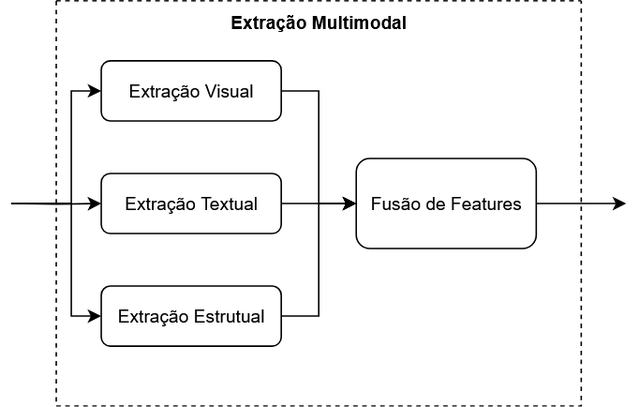
Earlier version of the draw.io export relatorio/images/FluxoExtracao.png (mr-samvel/academic-forgery-detection). Source tidied: cells renumbered, new cells last; positions are measured from the earlier drawing's top-left corner, leaving out a move shared by most shapes.
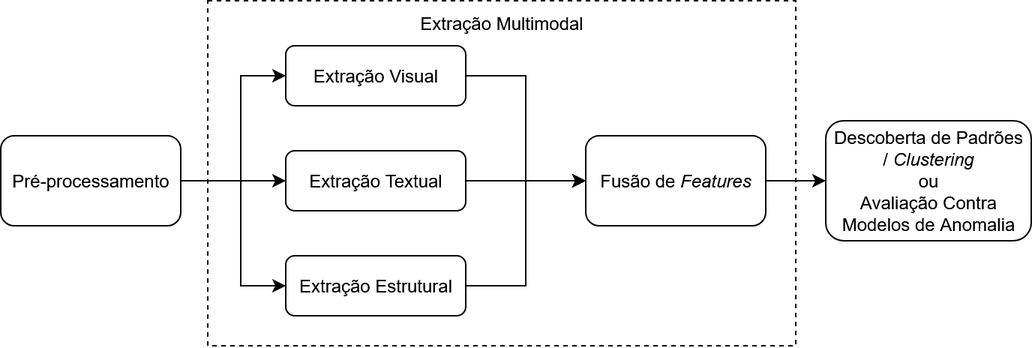
The same file after the commit.

What changed in the source:
```diff
@@ -2,71 +2,60 @@
   <root>
     <mxCell id="0" />
     <mxCell id="1" parent="0" />
-    <mxCell id="2" style="edgeStyle=orthogonalEdgeStyle;rounded=0;jettySize=auto;html=1;" parent="1" edge="1" source="x">
-      <mxGeometry relative="1" as="geometry">
-        <mxPoint x="440" y="110" as="targetPoint" />
-      </mxGeometry>
-    </mxCell>
-    <mxCell id="3" style="edgeStyle=orthogonalEdgeStyle;rounded=0;jettySize=auto;html=1;" parent="1" edge="1" source="x">
-      <mxGeometry relative="1" as="geometry">
-        <mxPoint x="500" y="200" as="targetPoint" />
-      </mxGeometry>
-    </mxCell>
-    <mxCell id="4" value="&#10;&#10;Extração Multimodal" style="swimlane;startSize=0;dashed=1;" parent="1" vertex="1">
-      <mxGeometry x="30" width="350" height="270" as="geometry" />
-    </mxCell>
+    <mxCell id="16" style="rounded=0;whiteSpace=wrap;html=1;fillColor=none;dashed=1;" parent="1" vertex="1">
+      <mxGeometry x="-91" width="392" height="230" as="geometry" />
+    </mxCell>
-    <mxCell id="5" style="edgeStyle=orthogonalEdgeStyle;rounded=0;jettySize=auto;html=1;entryX=0;entryY=0.5;entryDx=0;entryDy=0;" parent="4" edge="1" source="6" target="12">
+    <mxCell id="5" style="edgeStyle=orthogonalEdgeStyle;rounded=0;jettySize=auto;html=1;entryX=0;entryY=0.5;entryDx=0;entryDy=0;" parent="1" edge="1" source="6" target="12">
       <mxGeometry relative="1" as="geometry" />
     </mxCell>
-    <mxCell id="6" value="Extração Visual" style="rounded=1;whiteSpace=wrap;html=1;" parent="4" vertex="1">
-      <mxGeometry x="30" y="40" width="120" height="40" as="geometry" />
+    <mxCell id="6" value="&lt;div&gt;Extração Visual&lt;/div&gt;" style="rounded=1;whiteSpace=wrap;html=1;" parent="1" vertex="1">
+      <mxGeometry x="-39" y="30" width="120" height="40" as="geometry" />
     </mxCell>
-    <mxCell id="7" style="edgeStyle=orthogonalEdgeStyle;rounded=0;jettySize=auto;html=1;" parent="4" edge="1" source="8" target="12">
+    <mxCell id="7" style="edgeStyle=orthogonalEdgeStyle;rounded=0;jettySize=auto;html=1;entryX=0;entryY=0.5;entryDx=0;entryDy=0;" parent="1" edge="1" source="8" target="12">
       <mxGeometry relative="1" as="geometry" />
     </mxCell>
-    <mxCell id="8" value="Extração Textual" style="rounded=1;whiteSpace=wrap;html=1;" parent="4" vertex="1">
-      <mxGeometry x="30" y="115" width="120" height="40" as="geometry" />
+    <mxCell id="8" value="&lt;div&gt;Extração Textual&lt;/div&gt;" style="rounded=1;whiteSpace=wrap;html=1;" parent="1" vertex="1">
+      <mxGeometry x="-39" y="100" width="120" height="40" as="geometry" />
     </mxCell>
-    <mxCell id="9" style="edgeStyle=orthogonalEdgeStyle;rounded=0;jettySize=auto;html=1;entryX=0;entryY=0.5;entryDx=0;entryDy=0;" parent="4" edge="1" source="10" target="12">
-      <mxGeometry relative="1" as="geometry" />
-    </mxCell>
-    <mxCell id="10" value="Extração Estrutual" style="rounded=1;whiteSpace=wrap;html=1;" parent="4" vertex="1">
-      <mxGeometry x="30" y="190" width="120" height="40" as="geometry" />
-    </mxCell>
-    <mxCell id="11" style="edgeStyle=orthogonalEdgeStyle;rounded=0;jettySize=auto;html=1;" parent="4" edge="1" source="12">
-      <mxGeometry relative="1" as="geometry">
-        <mxPoint x="380" y="135" as="targetPoint" />
-        <Array as="points">
-          <mxPoint x="350" y="135" />
-          <mxPoint x="350" y="135" />
-        </Array>
-      </mxGeometry>
-    </mxCell>
+    <mxCell id="17" style="edgeStyle=orthogonalEdgeStyle;rounded=0;jettySize=auto;html=1;entryX=0;entryY=0.5;entryDx=0;entryDy=0;" parent="1" edge="1" source="18" target="12">
+      <mxGeometry relative="1" as="geometry" />
+    </mxCell>
+    <mxCell id="18" value="&lt;div&gt;Extração Estrutural&lt;/div&gt;" style="rounded=1;whiteSpace=wrap;html=1;" parent="1" vertex="1">
+      <mxGeometry x="-39" y="170" width="120" height="40" as="geometry" />
+    </mxCell>
+    <mxCell id="19" style="edgeStyle=orthogonalEdgeStyle;rounded=0;jettySize=auto;html=1;entryX=0;entryY=0.5;entryDx=0;entryDy=0;" parent="1" edge="1" source="12" target="20">
+      <mxGeometry relative="1" as="geometry" />
+    </mxCell>
-    <mxCell id="12" value="Fusão de Features" style="rounded=1;whiteSpace=wrap;html=1;" parent="4" vertex="1">
-      <mxGeometry x="200" y="105" width="120" height="60" as="geometry" />
+    <mxCell id="12" value="Fusão de &lt;i&gt;Features&lt;/i&gt;" style="rounded=1;whiteSpace=wrap;html=1;" parent="1" vertex="1">
+      <mxGeometry x="161" y="90" width="120" height="60" as="geometry" />
     </mxCell>
-    <mxCell id="13" style="edgeStyle=orthogonalEdgeStyle;rounded=0;jettySize=auto;html=1;entryX=0;entryY=0.5;entryDx=0;entryDy=0;" parent="1" edge="1" target="8">
-      <mxGeometry relative="1" as="geometry">
-        <mxPoint y="135" as="sourcePoint" />
-      </mxGeometry>
-    </mxCell>
-    <mxCell id="14" style="edgeStyle=orthogonalEdgeStyle;rounded=0;jettySize=auto;html=1;entryX=0;entryY=0.5;entryDx=0;entryDy=0;" parent="1" edge="1" target="6">
-      <mxGeometry relative="1" as="geometry">
-        <mxPoint y="135" as="sourcePoint" />
-        <Array as="points">
-          <mxPoint x="40" y="135" />
-          <mxPoint x="40" y="60" />
-        </Array>
-      </mxGeometry>
-    </mxCell>
-    <mxCell id="15" style="edgeStyle=orthogonalEdgeStyle;rounded=0;jettySize=auto;html=1;entryX=0;entryY=0.5;entryDx=0;entryDy=0;" parent="1" edge="1" target="10">
-      <mxGeometry relative="1" as="geometry">
-        <mxPoint y="135" as="sourcePoint" />
-        <Array as="points">
-          <mxPoint x="40" y="135" />
-          <mxPoint x="40" y="210" />
-        </Array>
-      </mxGeometry>
-    </mxCell>
+    <mxCell id="20" value="&lt;div&gt;Descoberta de Padrões /&amp;nbsp;&lt;i&gt;Clustering&lt;/i&gt;&lt;/div&gt;&lt;div&gt;ou&lt;/div&gt;&lt;div&gt;Avaliação Contra Modelos de Anomalia&lt;/div&gt;" style="rounded=1;whiteSpace=wrap;html=1;" parent="1" vertex="1">
+      <mxGeometry x="321" y="80" width="137" height="80" as="geometry" />
+    </mxCell>
+    <mxCell id="21" style="edgeStyle=orthogonalEdgeStyle;rounded=0;jettySize=auto;html=1;entryX=0;entryY=0.5;entryDx=0;entryDy=0;" parent="1" edge="1" source="24" target="8">
+      <mxGeometry relative="1" as="geometry" />
+    </mxCell>
+    <mxCell id="22" style="edgeStyle=orthogonalEdgeStyle;rounded=0;jettySize=auto;html=1;entryX=0;entryY=0.5;entryDx=0;entryDy=0;" parent="1" edge="1" source="24" target="18">
+      <mxGeometry relative="1" as="geometry">
+        <Array as="points">
+          <mxPoint x="-69" y="120" />
+          <mxPoint x="-69" y="190" />
+        </Array>
+      </mxGeometry>
+    </mxCell>
+    <mxCell id="23" style="edgeStyle=orthogonalEdgeStyle;rounded=0;jettySize=auto;html=1;entryX=0;entryY=0.5;entryDx=0;entryDy=0;" parent="1" edge="1" source="24" target="6">
+      <mxGeometry relative="1" as="geometry">
+        <Array as="points">
+          <mxPoint x="-69" y="120" />
+          <mxPoint x="-69" y="50" />
+        </Array>
+      </mxGeometry>
+    </mxCell>
+    <mxCell id="24" value="Pré-processamento" style="rounded=1;whiteSpace=wrap;html=1;" parent="1" vertex="1">
+      <mxGeometry x="-229" y="90" width="120" height="60" as="geometry" />
+    </mxCell>
+    <mxCell id="4" value="Extração Multimodal" style="text;html=1;align=center;verticalAlign=middle;whiteSpace=wrap;rounded=0;" parent="1" vertex="1">
+      <mxGeometry x="30" width="150" height="30" as="geometry" />
+    </mxCell>
   </root>
 </mxGraphModel>
```
